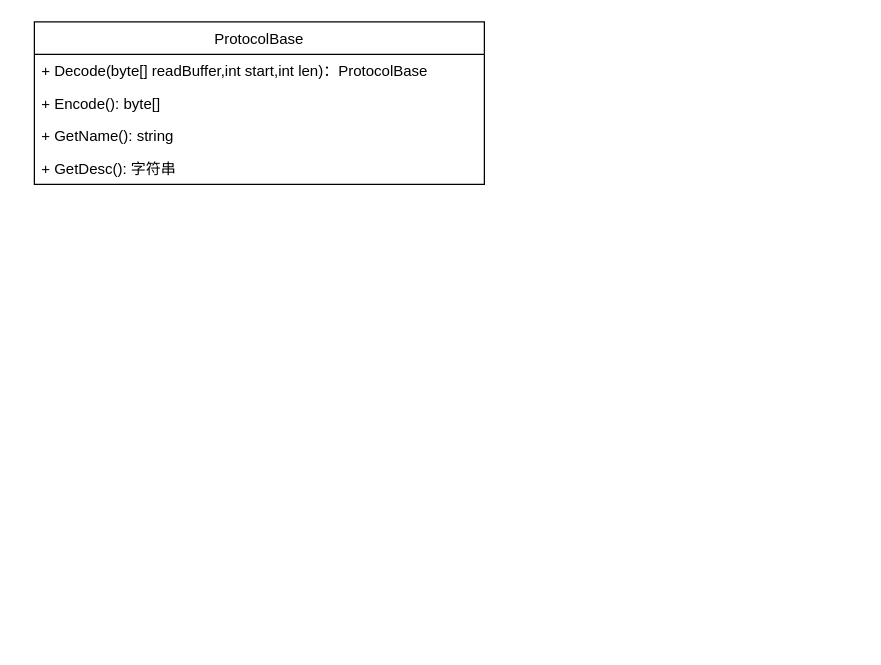
UNANSWANG/Temp keeps this draw.io diagram as Untitled Diagram.drawio. Above is the earlier version. Source tidied: cells renumbered, new cells numbered last; positions are measured from the earlier drawing's top-left corner, leaving out a move shared by most shapes. Both pictures are drawn from the tidied source at 125%, with x=0, y=0 at pixel (34, 21).
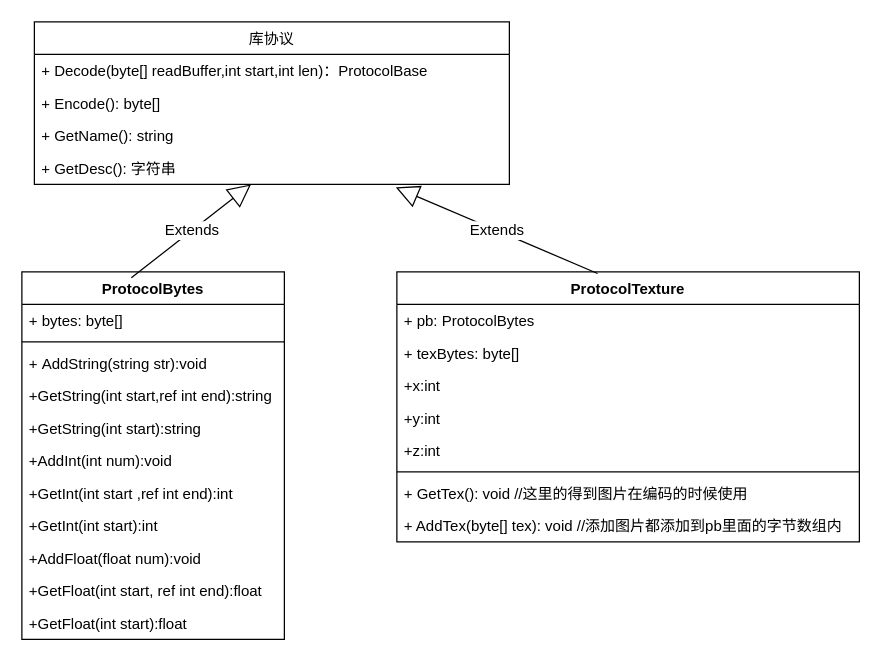
The same diagram, later.

The edit, as a diff of the source:
```diff
@@
-    <mxCell id="2" value="ProtocolBase" style="swimlane;fontStyle=0;horizontal=1;startSize=26;fillColor=none;" parent="1" vertex="1">
-      <mxGeometry width="360" height="130" as="geometry" />
+    <mxCell id="2" value="库协议" style="swimlane;fontStyle=0;horizontal=1;startSize=26;fillColor=none;direction=east;" parent="1" vertex="1">
+      <mxGeometry width="380" height="130" as="geometry" />
     </mxCell>
     <mxCell id="3" value="+ Decode(byte[] readBuffer,int start,int len)：ProtocolBase" style="text;strokeColor=none;fillColor=none;align=left;verticalAlign=top;spacingLeft=4;spacingRight=4;overflow=hidden;" parent="2" vertex="1">
-      <mxGeometry y="26" width="360" height="26" as="geometry" />
+      <mxGeometry y="26" width="380" height="26" as="geometry" />
     </mxCell>
     <mxCell id="4" value="+ Encode(): byte[]" style="text;strokeColor=none;fillColor=none;align=left;verticalAlign=top;spacingLeft=4;spacingRight=4;overflow=hidden;" parent="2" vertex="1">
-      <mxGeometry y="52" width="360" height="26" as="geometry" />
+      <mxGeometry y="52" width="380" height="26" as="geometry" />
     </mxCell>
     <mxCell id="5" value="+ GetName(): string" style="text;strokeColor=none;fillColor=none;align=left;verticalAlign=top;spacingLeft=4;spacingRight=4;overflow=hidden;" parent="2" vertex="1">
-      <mxGeometry y="78" width="360" height="26" as="geometry" />
+      <mxGeometry y="78" width="380" height="26" as="geometry" />
     </mxCell>
     <mxCell id="6" value="+ GetDesc(): 字符串" style="text;strokeColor=none;fillColor=none;align=left;verticalAlign=top;spacingLeft=4;spacingRight=4;overflow=hidden;points=[[0,0.5],[1,0.5]];portConstraint=eastwest;" parent="2" vertex="1">
-      <mxGeometry y="104" width="360" height="26" as="geometry" />
+      <mxGeometry y="104" width="380" height="26" as="geometry" />
     </mxCell>
+    <mxCell id="7" value="ProtocolBytes" style="swimlane;fontStyle=1;align=center;verticalAlign=top;horizontal=1;startSize=26;labelBackgroundColor=default;fontFamily=Helvetica;fontSize=12;fontColor=default;strokeColor=default;strokeWidth=1;fillColor=none;" parent="1" vertex="1">
+      <mxGeometry x="-10" y="200" width="210" height="294" as="geometry" />
+    </mxCell>
+    <mxCell id="8" value="+ bytes: byte[]" style="text;strokeColor=none;fillColor=none;align=left;verticalAlign=top;spacingLeft=4;spacingRight=4;overflow=hidden;labelBackgroundColor=default;fontFamily=Helvetica;fontSize=12;fontColor=default;" parent="7" vertex="1">
+      <mxGeometry y="26" width="210" height="26" as="geometry" />
+    </mxCell>
+    <mxCell id="9" style="line;strokeWidth=1;fillColor=none;align=left;verticalAlign=middle;spacingTop=-1;spacingLeft=3;spacingRight=3;labelPosition=right;labelBackgroundColor=default;fontFamily=Helvetica;fontSize=12;fontColor=default;" parent="7" vertex="1">
+      <mxGeometry y="52" width="210" height="8" as="geometry" />
+    </mxCell>
+    <mxCell id="10" value="+ AddString(string str):void&#10;" style="text;strokeColor=none;fillColor=none;align=left;verticalAlign=top;spacingLeft=4;spacingRight=4;overflow=hidden;labelBackgroundColor=default;fontFamily=Helvetica;fontSize=12;fontColor=default;" parent="7" vertex="1">
+      <mxGeometry y="60" width="210" height="26" as="geometry" />
+    </mxCell>
+    <mxCell id="11" value="+GetString(int start,ref int end):string" style="text;strokeColor=none;fillColor=none;align=left;verticalAlign=top;spacingLeft=4;spacingRight=4;overflow=hidden;labelBackgroundColor=default;fontFamily=Helvetica;fontSize=12;fontColor=default;" parent="7" vertex="1">
+      <mxGeometry y="86" width="210" height="26" as="geometry" />
+    </mxCell>
+    <mxCell id="12" value="+GetString(int start):string" style="text;strokeColor=none;fillColor=none;align=left;verticalAlign=top;spacingLeft=4;spacingRight=4;overflow=hidden;labelBackgroundColor=default;fontFamily=Helvetica;fontSize=12;fontColor=default;" parent="7" vertex="1">
+      <mxGeometry y="112" width="210" height="26" as="geometry" />
+    </mxCell>
+    <mxCell id="13" value="+AddInt(int num):void" style="text;strokeColor=none;fillColor=none;align=left;verticalAlign=top;spacingLeft=4;spacingRight=4;overflow=hidden;labelBackgroundColor=default;fontFamily=Helvetica;fontSize=12;fontColor=default;" parent="7" vertex="1">
+      <mxGeometry y="138" width="210" height="26" as="geometry" />
+    </mxCell>
+    <mxCell id="14" value="+GetInt(int start ,ref int end):int" style="text;strokeColor=none;fillColor=none;align=left;verticalAlign=top;spacingLeft=4;spacingRight=4;overflow=hidden;labelBackgroundColor=default;fontFamily=Helvetica;fontSize=12;fontColor=default;" parent="7" vertex="1">
+      <mxGeometry y="164" width="210" height="26" as="geometry" />
+    </mxCell>
+    <mxCell id="15" value="+GetInt(int start):int" style="text;strokeColor=none;fillColor=none;align=left;verticalAlign=top;spacingLeft=4;spacingRight=4;overflow=hidden;labelBackgroundColor=default;fontFamily=Helvetica;fontSize=12;fontColor=default;" parent="7" vertex="1">
+      <mxGeometry y="190" width="210" height="26" as="geometry" />
+    </mxCell>
+    <mxCell id="16" value="+AddFloat(float num):void" style="text;strokeColor=none;fillColor=none;align=left;verticalAlign=top;spacingLeft=4;spacingRight=4;overflow=hidden;labelBackgroundColor=default;fontFamily=Helvetica;fontSize=12;fontColor=default;" parent="7" vertex="1">
+      <mxGeometry y="216" width="210" height="26" as="geometry" />
+    </mxCell>
+    <mxCell id="17" value="+GetFloat(int start, ref int end):float" style="text;strokeColor=none;fillColor=none;align=left;verticalAlign=top;spacingLeft=4;spacingRight=4;overflow=hidden;labelBackgroundColor=default;fontFamily=Helvetica;fontSize=12;fontColor=default;" parent="7" vertex="1">
+      <mxGeometry y="242" width="210" height="26" as="geometry" />
+    </mxCell>
+    <mxCell id="18" value="+GetFloat(int start):float" style="text;strokeColor=none;fillColor=none;align=left;verticalAlign=top;spacingLeft=4;spacingRight=4;overflow=hidden;labelBackgroundColor=default;fontFamily=Helvetica;fontSize=12;fontColor=default;" parent="7" vertex="1">
+      <mxGeometry y="268" width="210" height="26" as="geometry" />
+    </mxCell>
+    <mxCell id="19" value="Extends" style="endArrow=block;endSize=16;endFill=0;html=1;rounded=0;fontFamily=Helvetica;fontSize=12;fontColor=default;exitX=0.417;exitY=0.016;exitDx=0;exitDy=0;exitPerimeter=0;" parent="1" edge="1" source="7" target="6">
+      <mxGeometry relative="1" as="geometry" />
+    </mxCell>
+    <mxCell id="20" value="ProtocolTexture" style="swimlane;fontStyle=1;align=center;verticalAlign=top;horizontal=1;startSize=26;labelBackgroundColor=default;fontFamily=Helvetica;fontSize=12;fontColor=default;strokeColor=default;strokeWidth=1;fillColor=none;" parent="1" vertex="1">
+      <mxGeometry x="290" y="200" width="370" height="216" as="geometry" />
+    </mxCell>
+    <mxCell id="21" value="+ pb: ProtocolBytes" style="text;strokeColor=none;fillColor=none;align=left;verticalAlign=top;spacingLeft=4;spacingRight=4;overflow=hidden;labelBackgroundColor=default;fontFamily=Helvetica;fontSize=12;fontColor=default;" parent="20" vertex="1">
+      <mxGeometry y="26" width="370" height="26" as="geometry" />
+    </mxCell>
+    <mxCell id="22" value="+ texBytes: byte[]" style="text;strokeColor=none;fillColor=none;align=left;verticalAlign=top;spacingLeft=4;spacingRight=4;overflow=hidden;labelBackgroundColor=default;fontFamily=Helvetica;fontSize=12;fontColor=default;" parent="20" vertex="1">
+      <mxGeometry y="52" width="370" height="26" as="geometry" />
+    </mxCell>
+    <mxCell id="23" value="+x:int" style="text;strokeColor=none;fillColor=none;align=left;verticalAlign=top;spacingLeft=4;spacingRight=4;overflow=hidden;labelBackgroundColor=default;fontFamily=Helvetica;fontSize=12;fontColor=default;" parent="20" vertex="1">
+      <mxGeometry y="78" width="370" height="26" as="geometry" />
+    </mxCell>
+    <mxCell id="24" value="+y:int" style="text;strokeColor=none;fillColor=none;align=left;verticalAlign=top;spacingLeft=4;spacingRight=4;overflow=hidden;labelBackgroundColor=default;fontFamily=Helvetica;fontSize=12;fontColor=default;" parent="20" vertex="1">
+      <mxGeometry y="104" width="370" height="26" as="geometry" />
+    </mxCell>
+    <mxCell id="25" value="+z:int" style="text;strokeColor=none;fillColor=none;align=left;verticalAlign=top;spacingLeft=4;spacingRight=4;overflow=hidden;labelBackgroundColor=default;fontFamily=Helvetica;fontSize=12;fontColor=default;" parent="20" vertex="1">
+      <mxGeometry y="130" width="370" height="26" as="geometry" />
+    </mxCell>
+    <mxCell id="26" style="line;strokeWidth=1;fillColor=none;align=left;verticalAlign=middle;spacingTop=-1;spacingLeft=3;spacingRight=3;labelPosition=right;labelBackgroundColor=default;fontFamily=Helvetica;fontSize=12;fontColor=default;" parent="20" vertex="1">
+      <mxGeometry y="156" width="370" height="8" as="geometry" />
+    </mxCell>
+    <mxCell id="27" value="+ GetTex(): void //这里的得到图片在编码的时候使用" style="text;strokeColor=none;fillColor=none;align=left;verticalAlign=top;spacingLeft=4;spacingRight=4;overflow=hidden;labelBackgroundColor=default;fontFamily=Helvetica;fontSize=12;fontColor=default;" parent="20" vertex="1">
+      <mxGeometry y="164" width="370" height="26" as="geometry" />
+    </mxCell>
+    <mxCell id="28" value="+ AddTex(byte[] tex): void //添加图片都添加到pb里面的字节数组内" style="text;strokeColor=none;fillColor=none;align=left;verticalAlign=top;spacingLeft=4;spacingRight=4;overflow=hidden;labelBackgroundColor=default;fontFamily=Helvetica;fontSize=12;fontColor=default;" parent="20" vertex="1">
+      <mxGeometry y="190" width="370" height="26" as="geometry" />
+    </mxCell>
+    <mxCell id="29" value="Extends" style="endArrow=block;endSize=16;endFill=0;html=1;rounded=0;fontFamily=Helvetica;fontSize=12;fontColor=default;exitX=0.434;exitY=0.006;exitDx=0;exitDy=0;exitPerimeter=0;entryX=0.761;entryY=1.094;entryDx=0;entryDy=0;entryPerimeter=0;" parent="1" edge="1" source="20" target="6">
+      <mxGeometry relative="1" as="geometry" />
+    </mxCell>
```
